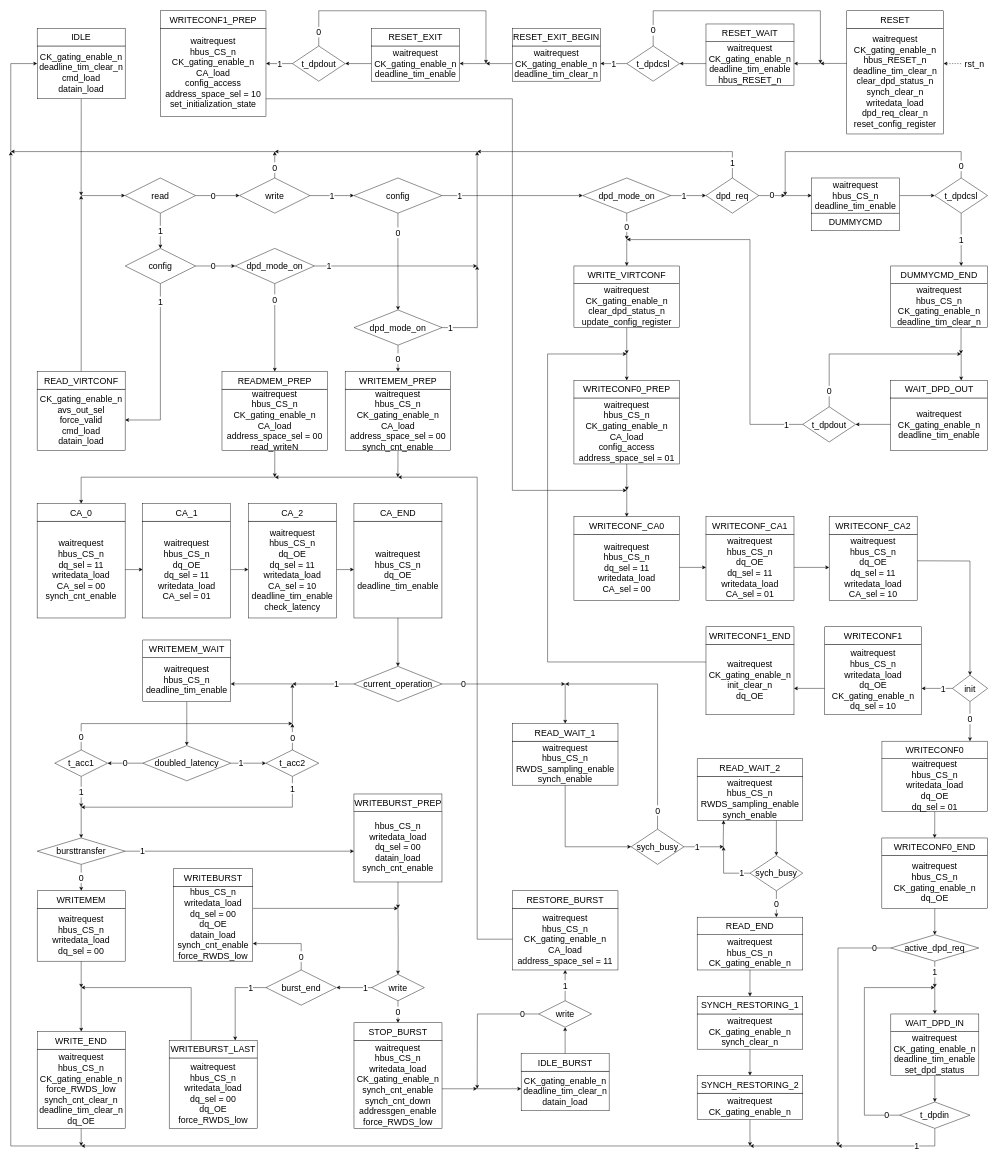
The draw.io diagram page "FSM" (8 of 8) of hyperram_system/ip/avs_to_hram_converter/schematics/avs_to_hram_converter.drawio in AndreaBononi/Intel_Cyclone10LP_systems, before the edit. Source tidied: cells renumbered, new cells numbered last; positions are measured from the earlier drawing's top-left corner, leaving out a move shared by most shapes. Both pictures are drawn from the tidied source at 44%, with x=0, y=0 at pixel (11, 11).
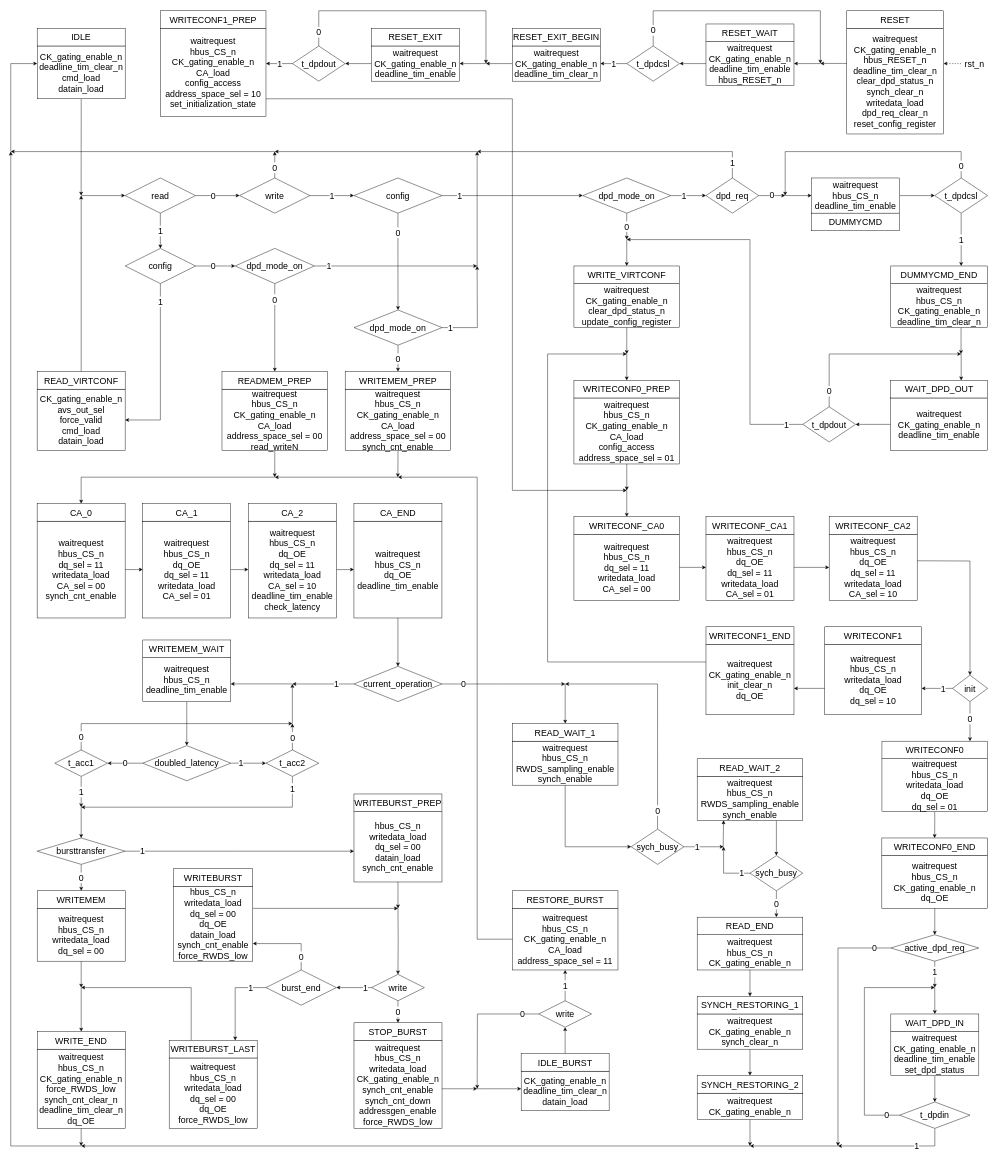
The same diagram, later.

The edit, as a diff of the source:
```diff
@@
-    <mxCell id="91" value="&lt;div style=&quot;font-size: 20px;&quot;&gt;waitrequest&lt;/div&gt;&lt;div style=&quot;font-size: 20px;&quot;&gt;&lt;font style=&quot;font-size: 20px;&quot;&gt;hbus_CS_n&lt;/font&gt;&lt;/div&gt;&lt;div style=&quot;font-size: 20px;&quot;&gt;&lt;font style=&quot;font-size: 20px;&quot;&gt;writedata_load&lt;/font&gt;&lt;/div&gt;&lt;div style=&quot;font-size: 20px;&quot;&gt;&lt;font style=&quot;font-size: 20px;&quot;&gt;dq_OE&lt;/font&gt;&lt;font style=&quot;font-size: 20px;&quot;&gt;&lt;br&gt;&lt;/font&gt;&lt;/div&gt;&lt;div style=&quot;font-size: 20px;&quot;&gt;&lt;font style=&quot;font-size: 20px;&quot;&gt;CK_gating_enable_n&lt;/font&gt;&lt;/div&gt;&lt;div style=&quot;font-size: 20px;&quot;&gt;&lt;font style=&quot;font-size: 20px;&quot;&gt;dq_sel = 10&lt;br&gt;&lt;/font&gt;&lt;/div&gt;" style="rounded=0;whiteSpace=wrap;html=1;fontSize=20;" parent="1" vertex="1">
+    <mxCell id="91" value="&lt;div style=&quot;font-size: 20px;&quot;&gt;waitrequest&lt;/div&gt;&lt;div style=&quot;font-size: 20px;&quot;&gt;&lt;font style=&quot;font-size: 20px;&quot;&gt;hbus_CS_n&lt;/font&gt;&lt;/div&gt;&lt;div style=&quot;font-size: 20px;&quot;&gt;&lt;font style=&quot;font-size: 20px;&quot;&gt;writedata_load&lt;/font&gt;&lt;/div&gt;&lt;div style=&quot;font-size: 20px;&quot;&gt;&lt;font style=&quot;font-size: 20px;&quot;&gt;dq_OE&lt;/font&gt;&lt;font style=&quot;font-size: 20px;&quot;&gt;&lt;br&gt;&lt;/font&gt;&lt;/div&gt;&lt;div style=&quot;font-size: 20px;&quot;&gt;&lt;font style=&quot;font-size: 20px;&quot;&gt;dq_sel = 10&lt;br&gt;&lt;/font&gt;&lt;/div&gt;" style="rounded=0;whiteSpace=wrap;html=1;fontSize=20;" parent="1" vertex="1">
       <mxGeometry x="1850" y="1440" width="220" height="160" as="geometry" />
     </mxCell>
```
